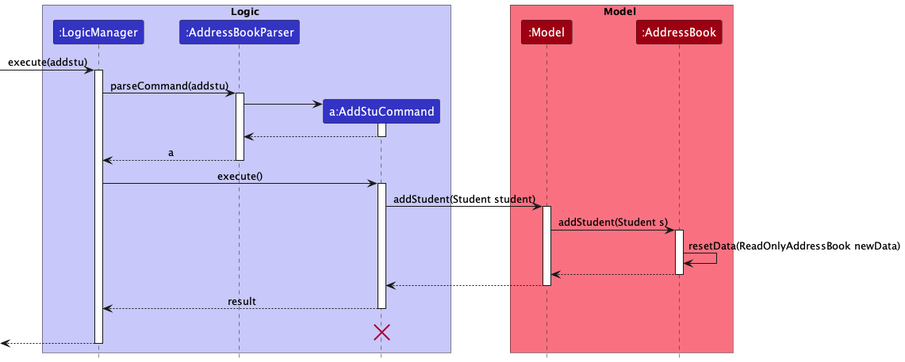
Before: docs/images/AddStuSequenceDiagram.png, a diagram exported from PlantUML (nus-cs2103-AY2223S1/tp).
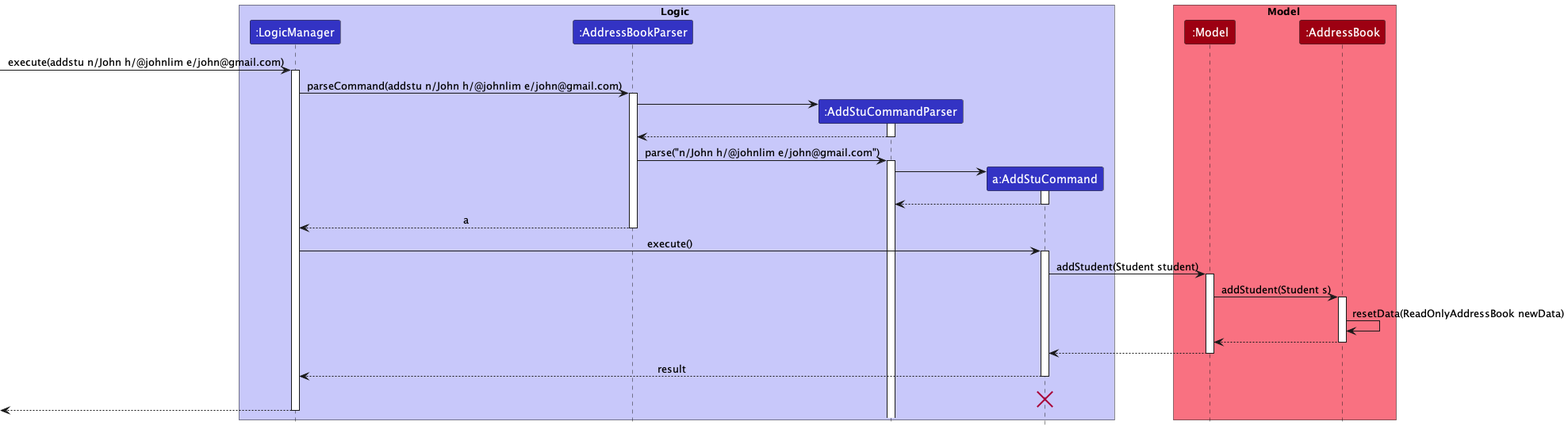
The same file after the commit.

Commit message:
Edit DG, UG and AddStu Command

Diff of the diagram source:
```diff
@@ -4,6 +4,7 @@
 box Logic LOGIC_COLOR_T1
 participant ":LogicManager" as LogicManager LOGIC_COLOR
 participant ":AddressBookParser" as AddressBookParser LOGIC_COLOR
+participant ":AddStuCommandParser" as AddStuCommandParser LOGIC_COLOR
 participant "a:AddStuCommand" as AddStuCommand LOGIC_COLOR
 end box
 
@@ -11,17 +12,27 @@
 participant ":Model" as Model MODEL_COLOR
 participant ":AddressBook" as AddressBook MODEL_COLOR
 end box
-[-> LogicManager : execute(addstu)
+[-> LogicManager : execute(addstu n/John h/@johnlim e/john@gmail.com)
 activate LogicManager
 
-LogicManager -> AddressBookParser : parseCommand(addstu)
+LogicManager -> AddressBookParser : parseCommand(addstu n/John h/@johnlim e/john@gmail.com)
 activate AddressBookParser
 
+create AddStuCommandParser
+AddressBookParser -> AddStuCommandParser
+activate AddStuCommandParser
+
+AddStuCommandParser --> AddressBookParser
+deactivate AddStuCommandParser
+
+AddressBookParser -> AddStuCommandParser : parse("n/John h/@johnlim e/john@gmail.com")
+activate AddStuCommandParser
+
 create AddStuCommand
-AddressBookParser -> AddStuCommand
+AddStuCommandParser -> AddStuCommand
 activate AddStuCommand
 
-AddStuCommand --> AddressBookParser
+AddStuCommand --> AddStuCommandParser
 deactivate AddStuCommand
 
 AddressBookParser --> LogicManager : a
```
